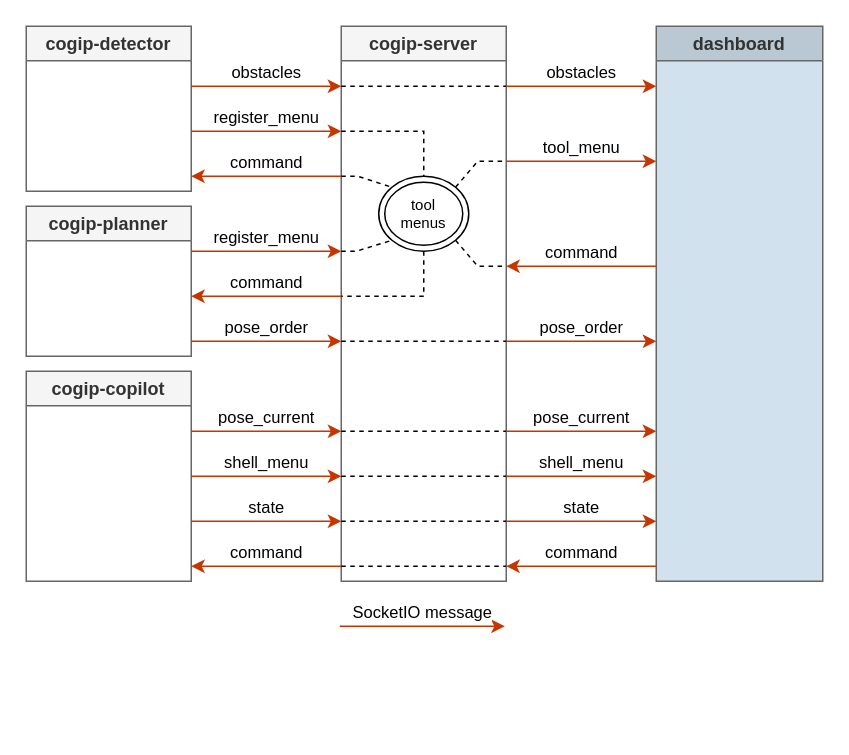
cogip/simulation keeps this draw.io diagram as page "dashboard" (7 of 7) of docs/img/cogip.drawio. Above is the earlier version. Source tidied: cells renumbered, new cells numbered last; positions are measured from the earlier drawing's top-left corner, leaving out a move shared by most shapes. Both pictures are drawn from the tidied source at 150%, with x=0, y=0 at pixel (26, 26).
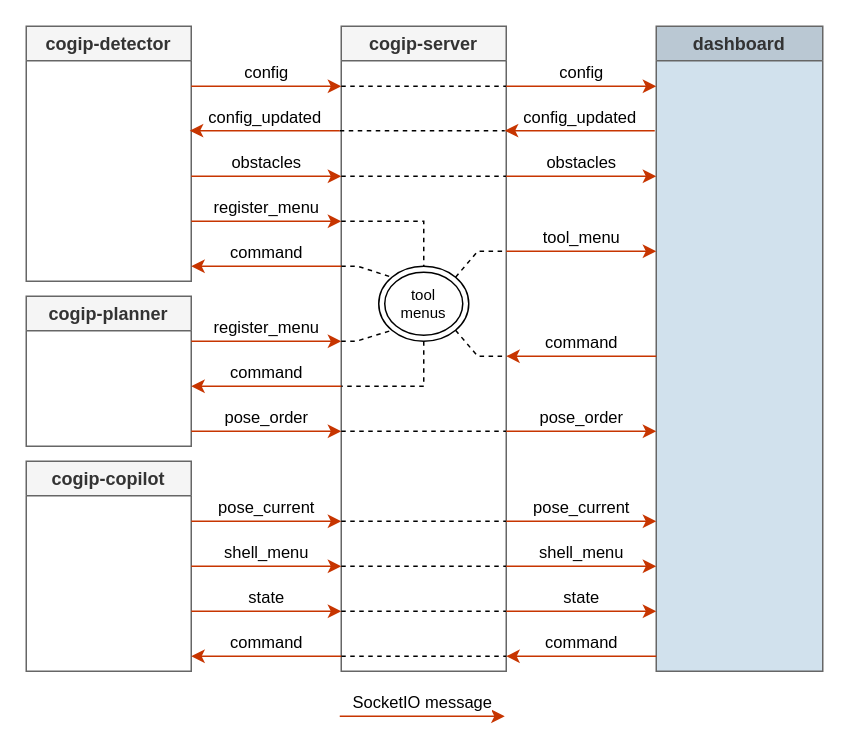
The same page after the edit.

Commit message (it also covers changes not shown here):
docs: update schemas with config data flow

What changed in the source:
```diff
@@
     <mxCell id="2" value="cogip-detector" style="swimlane;fillColor=#f5f5f5;strokeColor=#666666;swimlaneFillColor=none;fontColor=#333333;" parent="1" vertex="1">
-      <mxGeometry width="110" height="110" as="geometry" />
+      <mxGeometry width="110" height="170" as="geometry" />
     </mxCell>
     <mxCell id="3" value="cogip-server" style="swimlane;fillColor=#f5f5f5;fontColor=#333333;strokeColor=#666666;" parent="1" vertex="1">
-      <mxGeometry x="210" width="110" height="370" as="geometry" />
+      <mxGeometry x="210" width="110" height="430" as="geometry" />
     </mxCell>
     <mxCell id="4" style="endArrow=none;dashed=1;html=1;rounded=0;" parent="3" edge="1">
       <mxGeometry relative="1" as="geometry">
-        <mxPoint y="40" as="sourcePoint" />
-        <mxPoint x="110" y="40" as="targetPoint" />
+        <mxPoint y="100" as="sourcePoint" />
+        <mxPoint x="110" y="100" as="targetPoint" />
       </mxGeometry>
     </mxCell>
     <mxCell id="5" style="endArrow=none;dashed=1;html=1;rounded=0;entryX=0.5;entryY=0;entryDx=0;entryDy=0;" parent="3" edge="1" target="6">
       <mxGeometry relative="1" as="geometry">
-        <mxPoint y="70" as="sourcePoint" />
+        <mxPoint y="130" as="sourcePoint" />
         <Array as="points">
-          <mxPoint x="55" y="70" />
+          <mxPoint x="55" y="130" />
         </Array>
       </mxGeometry>
     </mxCell>
     <mxCell id="6" value="tool&lt;br style=&quot;font-size: 10px;&quot;&gt;menus" style="ellipse;shape=doubleEllipse;whiteSpace=wrap;html=1;fontSize=10;" parent="3" vertex="1">
-      <mxGeometry x="25" y="100" width="60" height="50" as="geometry" />
+      <mxGeometry x="25" y="160" width="60" height="50" as="geometry" />
     </mxCell>
     <mxCell id="7" style="endArrow=none;dashed=1;html=1;rounded=0;entryX=0;entryY=0;entryDx=0;entryDy=0;" parent="3" edge="1" target="6">
       <mxGeometry relative="1" as="geometry">
-        <mxPoint y="100" as="sourcePoint" />
+        <mxPoint y="160" as="sourcePoint" />
         <Array as="points">
-          <mxPoint x="11" y="100" />
+          <mxPoint x="11" y="160" />
         </Array>
       </mxGeometry>
     </mxCell>
     <mxCell id="8" style="endArrow=none;dashed=1;html=1;rounded=0;exitX=1;exitY=0;exitDx=0;exitDy=0;" parent="3" edge="1" source="6">
       <mxGeometry relative="1" as="geometry">
-        <mxPoint x="110" y="90" as="targetPoint" />
+        <mxPoint x="110" y="150" as="targetPoint" />
         <Array as="points">
-          <mxPoint x="91" y="90" />
+          <mxPoint x="91" y="150" />
         </Array>
       </mxGeometry>
     </mxCell>
     <mxCell id="9" style="endArrow=none;dashed=1;html=1;rounded=0;exitX=0.5;exitY=1;exitDx=0;exitDy=0;" parent="3" edge="1" source="6">
       <mxGeometry relative="1" as="geometry">
-        <mxPoint y="180" as="targetPoint" />
+        <mxPoint y="240" as="targetPoint" />
         <Array as="points">
-          <mxPoint x="55" y="180" />
+          <mxPoint x="55" y="240" />
         </Array>
       </mxGeometry>
     </mxCell>
     <mxCell id="10" style="endArrow=none;dashed=1;html=1;rounded=0;exitX=1;exitY=1;exitDx=0;exitDy=0;" parent="3" edge="1" source="6">
       <mxGeometry relative="1" as="geometry">
-        <mxPoint x="110" y="160" as="targetPoint" />
+        <mxPoint x="110" y="220" as="targetPoint" />
         <Array as="points">
-          <mxPoint x="91" y="160" />
+          <mxPoint x="91" y="220" />
         </Array>
       </mxGeometry>
     </mxCell>
     <mxCell id="11" style="endArrow=none;dashed=1;html=1;rounded=0;" parent="3" edge="1">
       <mxGeometry relative="1" as="geometry">
-        <mxPoint y="210" as="sourcePoint" />
-        <mxPoint x="110" y="210" as="targetPoint" />
+        <mxPoint y="270" as="sourcePoint" />
+        <mxPoint x="110" y="270" as="targetPoint" />
       </mxGeometry>
     </mxCell>
     <mxCell id="12" value="dashboard" style="swimlane;fillColor=#BAC8D3;strokeColor=#666666;fontColor=#333333;swimlaneFillColor=#D1E1ED;" parent="1" vertex="1">
-      <mxGeometry x="420" width="111" height="370" as="geometry" />
+      <mxGeometry x="420" width="111" height="430" as="geometry" />
     </mxCell>
     <mxCell id="13" value="obstacles" style="endArrow=classic;html=1;rounded=0;verticalAlign=bottom;snapToPoint=1;fillColor=#fa6800;strokeColor=#C73500;" parent="1" edge="1">
       <mxGeometry relative="1" as="geometry">
-        <mxPoint x="110" y="40" as="sourcePoint" />
-        <mxPoint x="210" y="40" as="targetPoint" />
+        <mxPoint x="110" y="100" as="sourcePoint" />
+        <mxPoint x="210" y="100" as="targetPoint" />
       </mxGeometry>
     </mxCell>
     <mxCell id="14" value="obstacles" style="endArrow=classic;html=1;rounded=0;verticalAlign=bottom;snapToPoint=1;fillColor=#fa6800;strokeColor=#C73500;" parent="1" edge="1">
       <mxGeometry relative="1" as="geometry">
-        <mxPoint x="320" y="40" as="sourcePoint" />
-        <mxPoint x="420" y="40" as="targetPoint" />
+        <mxPoint x="320" y="100" as="sourcePoint" />
+        <mxPoint x="420" y="100" as="targetPoint" />
       </mxGeometry>
     </mxCell>
     <mxCell id="15" value="command" style="endArrow=classic;html=1;rounded=0;verticalAlign=bottom;fillColor=#fa6800;strokeColor=#C73500;" parent="1" edge="1">
       <mxGeometry relative="1" as="geometry">
-        <mxPoint x="210" y="100" as="sourcePoint" />
-        <mxPoint x="110" y="100" as="targetPoint" />
+        <mxPoint x="210" y="160" as="sourcePoint" />
+        <mxPoint x="110" y="160" as="targetPoint" />
       </mxGeometry>
     </mxCell>
     <mxCell id="16" style="endArrow=none;dashed=1;html=1;rounded=0;" parent="1" edge="1">
       <mxGeometry relative="1" as="geometry">
-        <mxPoint x="210" y="270" as="sourcePoint" />
-        <mxPoint x="320" y="270" as="targetPoint" />
+        <mxPoint x="210" y="330" as="sourcePoint" />
+        <mxPoint x="320" y="330" as="targetPoint" />
       </mxGeometry>
     </mxCell>
     <mxCell id="17" style="endArrow=none;dashed=1;html=1;rounded=0;" parent="1" edge="1">
       <mxGeometry relative="1" as="geometry">
-        <mxPoint x="210" y="300" as="sourcePoint" />
-        <mxPoint x="320" y="300" as="targetPoint" />
+        <mxPoint x="210" y="360" as="sourcePoint" />
+        <mxPoint x="320" y="360" as="targetPoint" />
       </mxGeometry>
     </mxCell>
     <mxCell id="18" style="endArrow=none;dashed=1;html=1;rounded=0;" parent="1" edge="1">
       <mxGeometry relative="1" as="geometry">
-        <mxPoint x="210" y="330" as="sourcePoint" />
-        <mxPoint x="320" y="330" as="targetPoint" />
+        <mxPoint x="210" y="390" as="sourcePoint" />
+        <mxPoint x="320" y="390" as="targetPoint" />
       </mxGeometry>
     </mxCell>
     <mxCell id="19" style="endArrow=none;dashed=1;html=1;rounded=0;" parent="1" edge="1">
       <mxGeometry relative="1" as="geometry">
-        <mxPoint x="210" y="360" as="sourcePoint" />
-        <mxPoint x="320" y="360" as="targetPoint" />
+        <mxPoint x="210" y="420" as="sourcePoint" />
+        <mxPoint x="320" y="420" as="targetPoint" />
       </mxGeometry>
     </mxCell>
     <mxCell id="20" value="cogip-copilot" style="swimlane;fillColor=#f5f5f5;fontColor=#333333;strokeColor=#666666;" parent="1" vertex="1">
-      <mxGeometry y="230" width="110" height="140" as="geometry" />
+      <mxGeometry y="290" width="110" height="140" as="geometry" />
     </mxCell>
     <mxCell id="21" value="cogip-planner" style="swimlane;fillColor=#f5f5f5;fontColor=#333333;strokeColor=#666666;" parent="1" vertex="1">
-      <mxGeometry y="120" width="110" height="100" as="geometry" />
+      <mxGeometry y="180" width="110" height="100" as="geometry" />
     </mxCell>
     <mxCell id="22" value="SocketIO message" style="endArrow=classic;html=1;rounded=0;verticalAlign=bottom;strokeColor=#C73500;fillColor=#fa6800;" parent="1" edge="1">
       <mxGeometry relative="1" as="geometry">
-        <mxPoint x="209" y="400" as="sourcePoint" />
-        <mxPoint x="319" y="400" as="targetPoint" />
+        <mxPoint x="209" y="460" as="sourcePoint" />
+        <mxPoint x="319" y="460" as="targetPoint" />
       </mxGeometry>
     </mxCell>
     <mxCell id="23" value="command" style="endArrow=classic;html=1;rounded=0;verticalAlign=bottom;fillColor=#fa6800;strokeColor=#C73500;" parent="1" edge="1">
       <mxGeometry relative="1" as="geometry">
-        <mxPoint x="420" y="160" as="sourcePoint" />
-        <mxPoint x="320" y="160" as="targetPoint" />
+        <mxPoint x="420" y="220" as="sourcePoint" />
+        <mxPoint x="320" y="220" as="targetPoint" />
       </mxGeometry>
     </mxCell>
     <mxCell id="24" value="pose_order" style="endArrow=classic;html=1;rounded=0;verticalAlign=bottom;fillColor=#fa6800;strokeColor=#C73500;" parent="1" edge="1">
       <mxGeometry relative="1" as="geometry">
-        <mxPoint x="320" y="210" as="sourcePoint" />
-        <mxPoint x="420" y="210" as="targetPoint" />
+        <mxPoint x="320" y="270" as="sourcePoint" />
+        <mxPoint x="420" y="270" as="targetPoint" />
       </mxGeometry>
     </mxCell>
     <mxCell id="25" value="command" style="endArrow=classic;html=1;rounded=0;verticalAlign=bottom;fillColor=#fa6800;strokeColor=#C73500;" parent="1" edge="1">
       <mxGeometry relative="1" as="geometry">
-        <mxPoint x="210" y="180" as="sourcePoint" />
-        <mxPoint x="110" y="180" as="targetPoint" />
+        <mxPoint x="210" y="240" as="sourcePoint" />
+        <mxPoint x="110" y="240" as="targetPoint" />
       </mxGeometry>
     </mxCell>
     <mxCell id="26" value="pose_order" style="endArrow=classic;html=1;rounded=0;verticalAlign=bottom;fillColor=#fa6800;strokeColor=#C73500;" parent="1" edge="1">
       <mxGeometry relative="1" as="geometry">
-        <mxPoint x="110" y="210" as="sourcePoint" />
-        <mxPoint x="210" y="210" as="targetPoint" />
+        <mxPoint x="110" y="270" as="sourcePoint" />
+        <mxPoint x="210" y="270" as="targetPoint" />
       </mxGeometry>
     </mxCell>
     <mxCell id="27" value="shell_menu" style="endArrow=classic;html=1;rounded=0;verticalAlign=bottom;fillColor=#fa6800;strokeColor=#C73500;" parent="1" edge="1">
       <mxGeometry relative="1" as="geometry">
-        <mxPoint x="320" y="300" as="sourcePoint" />
-        <mxPoint x="420" y="300" as="targetPoint" />
+        <mxPoint x="320" y="360" as="sourcePoint" />
+        <mxPoint x="420" y="360" as="targetPoint" />
       </mxGeometry>
     </mxCell>
     <mxCell id="28" value="command" style="endArrow=classic;html=1;rounded=0;verticalAlign=bottom;fillColor=#fa6800;strokeColor=#C73500;" parent="1" edge="1">
       <mxGeometry relative="1" as="geometry">
-        <mxPoint x="420" y="360" as="sourcePoint" />
-        <mxPoint x="320" y="360" as="targetPoint" />
+        <mxPoint x="420" y="420" as="sourcePoint" />
+        <mxPoint x="320" y="420" as="targetPoint" />
       </mxGeometry>
     </mxCell>
     <mxCell id="29" value="pose_current" style="endArrow=classic;html=1;rounded=0;verticalAlign=bottom;fillColor=#fa6800;strokeColor=#C73500;" parent="1" edge="1">
       <mxGeometry relative="1" as="geometry">
-        <mxPoint x="320" y="270" as="sourcePoint" />
-        <mxPoint x="420" y="270" as="targetPoint" />
+        <mxPoint x="320" y="330" as="sourcePoint" />
+        <mxPoint x="420" y="330" as="targetPoint" />
       </mxGeometry>
     </mxCell>
     <mxCell id="30" value="state" style="endArrow=classic;html=1;rounded=0;verticalAlign=bottom;fillColor=#fa6800;strokeColor=#C73500;" parent="1" edge="1">
       <mxGeometry relative="1" as="geometry">
-        <mxPoint x="320" y="330" as="sourcePoint" />
-        <mxPoint x="420" y="330" as="targetPoint" />
+        <mxPoint x="320" y="390" as="sourcePoint" />
+        <mxPoint x="420" y="390" as="targetPoint" />
       </mxGeometry>
     </mxCell>
     <mxCell id="31" value="shell_menu" style="endArrow=classic;html=1;rounded=0;verticalAlign=bottom;fillColor=#fa6800;strokeColor=#C73500;" parent="1" edge="1">
       <mxGeometry relative="1" as="geometry">
-        <mxPoint x="110" y="300" as="sourcePoint" />
-        <mxPoint x="210" y="300" as="targetPoint" />
+        <mxPoint x="110" y="360" as="sourcePoint" />
+        <mxPoint x="210" y="360" as="targetPoint" />
       </mxGeometry>
     </mxCell>
     <mxCell id="32" value="command" style="endArrow=classic;html=1;rounded=0;verticalAlign=bottom;fillColor=#fa6800;strokeColor=#C73500;" parent="1" edge="1">
       <mxGeometry relative="1" as="geometry">
-        <mxPoint x="210" y="360" as="sourcePoint" />
-        <mxPoint x="110" y="360" as="targetPoint" />
+        <mxPoint x="210" y="420" as="sourcePoint" />
+        <mxPoint x="110" y="420" as="targetPoint" />
       </mxGeometry>
     </mxCell>
     <mxCell id="33" value="pose_current" style="endArrow=classic;html=1;rounded=0;verticalAlign=bottom;fillColor=#fa6800;strokeColor=#C73500;" parent="1" edge="1">
       <mxGeometry relative="1" as="geometry">
-        <mxPoint x="110" y="270" as="sourcePoint" />
-        <mxPoint x="210" y="270" as="targetPoint" />
+        <mxPoint x="110" y="330" as="sourcePoint" />
+        <mxPoint x="210" y="330" as="targetPoint" />
       </mxGeometry>
     </mxCell>
     <mxCell id="34" value="state" style="endArrow=classic;html=1;rounded=0;verticalAlign=bottom;fillColor=#fa6800;strokeColor=#C73500;" parent="1" edge="1">
       <mxGeometry relative="1" as="geometry">
-        <mxPoint x="110" y="330" as="sourcePoint" />
-        <mxPoint x="210" y="330" as="targetPoint" />
+        <mxPoint x="110" y="390" as="sourcePoint" />
+        <mxPoint x="210" y="390" as="targetPoint" />
       </mxGeometry>
     </mxCell>
     <mxCell id="35" style="endArrow=none;dashed=1;html=1;rounded=0;entryX=0;entryY=1;entryDx=0;entryDy=0;" parent="1" edge="1" target="6">
       <mxGeometry relative="1" as="geometry">
-        <mxPoint x="210" y="150" as="sourcePoint" />
+        <mxPoint x="210" y="210" as="sourcePoint" />
         <Array as="points">
-          <mxPoint x="220" y="150" />
+          <mxPoint x="220" y="210" />
         </Array>
       </mxGeometry>
     </mxCell>
     <mxCell id="36" value="tool_menu" style="endArrow=classic;html=1;rounded=0;verticalAlign=bottom;fillColor=#fa6800;strokeColor=#C73500;" parent="1" edge="1">
       <mxGeometry relative="1" as="geometry">
-        <mxPoint x="320" y="90" as="sourcePoint" />
-        <mxPoint x="420" y="90" as="targetPoint" />
+        <mxPoint x="320" y="150" as="sourcePoint" />
+        <mxPoint x="420" y="150" as="targetPoint" />
       </mxGeometry>
     </mxCell>
     <mxCell id="37" value="register_menu" style="endArrow=classic;html=1;rounded=0;verticalAlign=bottom;fillColor=#fa6800;strokeColor=#C73500;" parent="1" edge="1">
       <mxGeometry relative="1" as="geometry">
-        <mxPoint x="110" y="150" as="sourcePoint" />
-        <mxPoint x="210" y="150" as="targetPoint" />
+        <mxPoint x="110" y="210" as="sourcePoint" />
+        <mxPoint x="210" y="210" as="targetPoint" />
       </mxGeometry>
     </mxCell>
     <mxCell id="38" value="register_menu" style="endArrow=classic;html=1;rounded=0;verticalAlign=bottom;fillColor=#fa6800;strokeColor=#C73500;" parent="1" edge="1">
       <mxGeometry relative="1" as="geometry">
-        <mxPoint x="110" y="70" as="sourcePoint" />
-        <mxPoint x="210" y="70" as="targetPoint" />
+        <mxPoint x="110" y="130" as="sourcePoint" />
+        <mxPoint x="210" y="130" as="targetPoint" />
       </mxGeometry>
     </mxCell>
+    <mxCell id="39" style="endArrow=none;dashed=1;html=1;rounded=0;" parent="1" edge="1">
+      <mxGeometry relative="1" as="geometry">
+        <mxPoint x="210" y="40" as="sourcePoint" />
+        <mxPoint x="320" y="40" as="targetPoint" />
+      </mxGeometry>
+    </mxCell>
+    <mxCell id="40" value="config" style="endArrow=classic;html=1;rounded=0;verticalAlign=bottom;snapToPoint=1;fillColor=#fa6800;strokeColor=#C73500;" parent="1" edge="1">
+      <mxGeometry relative="1" as="geometry">
+        <mxPoint x="110" y="40" as="sourcePoint" />
+        <mxPoint x="210" y="40" as="targetPoint" />
+      </mxGeometry>
+    </mxCell>
+    <mxCell id="41" value="config" style="endArrow=classic;html=1;rounded=0;verticalAlign=bottom;snapToPoint=1;fillColor=#fa6800;strokeColor=#C73500;" parent="1" edge="1">
+      <mxGeometry relative="1" as="geometry">
+        <mxPoint x="320" y="40" as="sourcePoint" />
+        <mxPoint x="420" y="40" as="targetPoint" />
+      </mxGeometry>
+    </mxCell>
+    <mxCell id="42" style="endArrow=none;dashed=1;html=1;rounded=0;" parent="1" edge="1">
+      <mxGeometry relative="1" as="geometry">
+        <mxPoint x="209" y="69.6" as="sourcePoint" />
+        <mxPoint x="319" y="69.6" as="targetPoint" />
+      </mxGeometry>
+    </mxCell>
+    <mxCell id="43" value="config_updated" style="endArrow=classic;html=1;rounded=0;verticalAlign=bottom;fillColor=#fa6800;strokeColor=#C73500;" parent="1" edge="1">
+      <mxGeometry relative="1" as="geometry">
+        <mxPoint x="419" y="69.6" as="sourcePoint" />
+        <mxPoint x="319" y="69.6" as="targetPoint" />
+      </mxGeometry>
+    </mxCell>
+    <mxCell id="44" value="config_updated" style="endArrow=classic;html=1;rounded=0;verticalAlign=bottom;fillColor=#fa6800;strokeColor=#C73500;" parent="1" edge="1">
+      <mxGeometry relative="1" as="geometry">
+        <mxPoint x="209" y="69.6" as="sourcePoint" />
+        <mxPoint x="109" y="69.6" as="targetPoint" />
+      </mxGeometry>
+    </mxCell>
```
